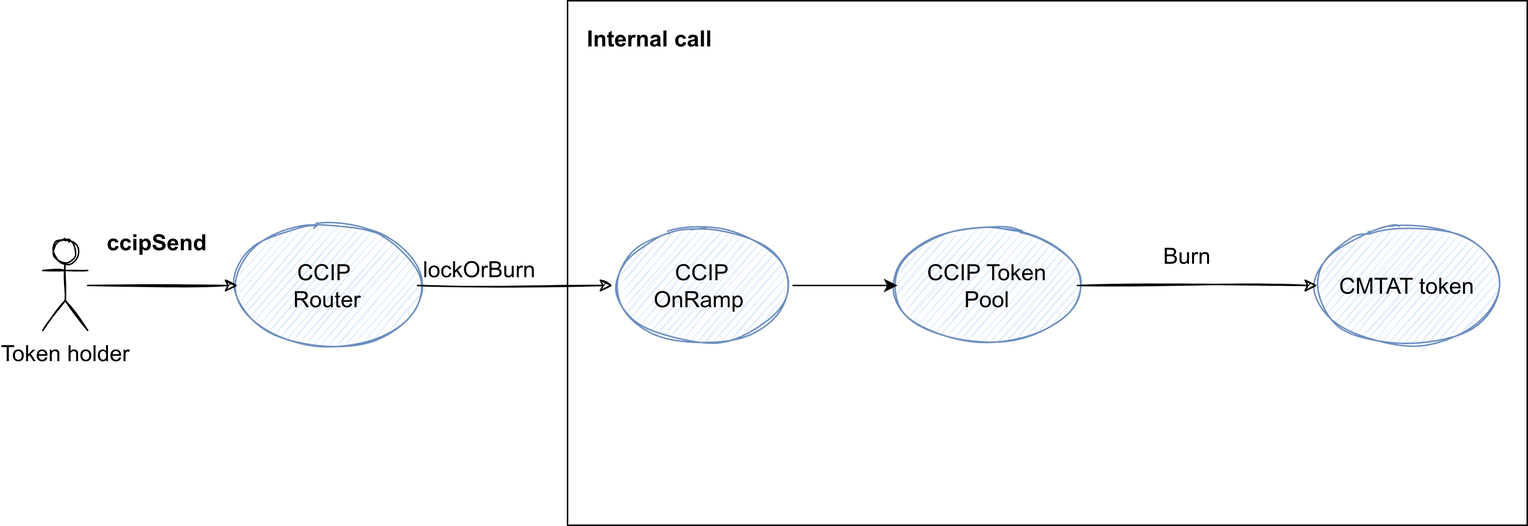
rya-sge/CMTAT-CCIP keeps this draw.io diagram as doc/ccip-transfer.drawio.png. Above is the earlier version. Source tidied: cells renumbered, new cells last; positions are measured from the earlier drawing's top-left corner, leaving out a move shared by most shapes. The source it was exported from:
```xml
<mxGraphModel>
  <root>
    <mxCell id="0" />
    <mxCell id="1" parent="0" />
    <mxCell id="2" style="rounded=0;whiteSpace=wrap;html=1;fontSize=15;sketch=1;" parent="1" vertex="1">
      <mxGeometry x="350" width="640" height="350" as="geometry" />
    </mxCell>
    <mxCell id="3" value="CCIP&amp;nbsp;&lt;br style=&quot;font-size: 15px;&quot;&gt;Router" style="ellipse;whiteSpace=wrap;html=1;fontSize=15;sketch=1;fillColor=#dae8fc;strokeColor=#6c8ebf;" parent="1" vertex="1">
      <mxGeometry x="130" y="150" width="120" height="80" as="geometry" />
    </mxCell>
    <mxCell id="4" value="Token holder" style="shape=umlActor;verticalLabelPosition=bottom;verticalAlign=top;html=1;outlineConnect=0;fontSize=15;sketch=1;" parent="1" vertex="1">
      <mxGeometry y="160" width="30" height="60" as="geometry" />
    </mxCell>
    <mxCell id="5" style="endArrow=classic;html=1;rounded=0;fontSize=15;sketch=1;" parent="1" edge="1" source="4" target="3">
      <mxGeometry relative="1" as="geometry" />
    </mxCell>
    <mxCell id="6" value="ccipSend" style="edgeLabel;html=1;align=center;verticalAlign=middle;fontStyle=1;fontSize=15;sketch=1;" parent="5" vertex="1">
      <mxGeometry x="0.44" y="3" relative="1" as="geometry">
        <mxPoint x="-27" y="-27" as="offset" />
      </mxGeometry>
    </mxCell>
    <mxCell id="7" style="endArrow=classic;html=1;rounded=0;fontSize=15;sketch=1;" parent="1" edge="1" source="3" target="13">
      <mxGeometry relative="1" as="geometry" />
    </mxCell>
    <mxCell id="8" value="lockOrBurn" style="edgeLabel;html=1;align=center;verticalAlign=middle;fontSize=15;sketch=1;" parent="7" vertex="1">
      <mxGeometry x="-0.38" y="-1" relative="1" as="geometry">
        <mxPoint y="-13" as="offset" />
      </mxGeometry>
    </mxCell>
    <mxCell id="9" value="CCIP Token&lt;br style=&quot;font-size: 15px;&quot;&gt;Pool" style="ellipse;whiteSpace=wrap;html=1;fontSize=15;sketch=1;fillColor=#dae8fc;strokeColor=#6c8ebf;" parent="1" vertex="1">
      <mxGeometry x="570" y="150" width="120" height="80" as="geometry" />
    </mxCell>
    <mxCell id="10" value="Internal call" style="text;html=1;strokeColor=none;fillColor=none;align=center;verticalAlign=middle;whiteSpace=wrap;rounded=0;fontStyle=1;fontSize=15;sketch=1;" parent="1" vertex="1">
      <mxGeometry x="360" y="10" width="90" height="30" as="geometry" />
    </mxCell>
    <mxCell id="11" value="CMTAT token" style="ellipse;whiteSpace=wrap;html=1;fontSize=15;sketch=1;fillColor=#dae8fc;strokeColor=#6c8ebf;" parent="1" vertex="1">
      <mxGeometry x="850" y="150" width="120" height="80" as="geometry" />
    </mxCell>
    <mxCell id="12" value="Burn" style="endArrow=classic;html=1;rounded=0;exitX=1;exitY=0.5;exitDx=0;exitDy=0;fontSize=15;sketch=1;" parent="1" edge="1" source="9" target="11">
      <mxGeometry x="-0.09" y="20" relative="1" as="geometry" />
    </mxCell>
    <mxCell id="13" value="CCIP&lt;br&gt;OnRamp&amp;nbsp;" style="ellipse;whiteSpace=wrap;html=1;fontSize=15;sketch=1;fillColor=#dae8fc;strokeColor=#6c8ebf;" parent="1" vertex="1">
      <mxGeometry x="380" y="150" width="120" height="80" as="geometry" />
    </mxCell>
    <mxCell id="14" style="endArrow=classic;html=1;rounded=0;exitX=1;exitY=0.5;exitDx=0;exitDy=0;entryX=0;entryY=0.5;entryDx=0;entryDy=0;" parent="1" edge="1" source="13" target="9">
      <mxGeometry relative="1" as="geometry" />
    </mxCell>
  </root>
</mxGraphModel>
```
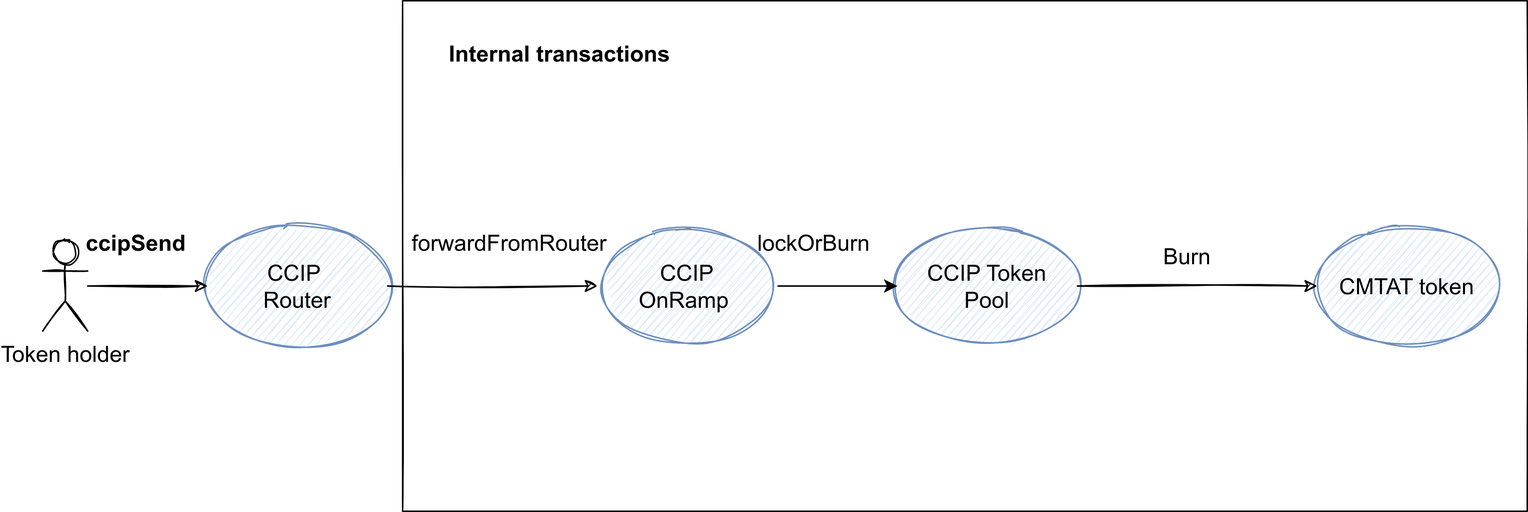
After the commit.

Commit message:
update schema and gitignore

What changed in the source:
```diff
@@ -3,10 +3,10 @@
     <mxCell id="0" />
     <mxCell id="1" parent="0" />
     <mxCell id="2" style="rounded=0;whiteSpace=wrap;html=1;fontSize=15;sketch=1;" parent="1" vertex="1">
-      <mxGeometry x="350" width="640" height="350" as="geometry" />
+      <mxGeometry x="240" width="750" height="340" as="geometry" />
     </mxCell>
     <mxCell id="3" value="CCIP&amp;nbsp;&lt;br style=&quot;font-size: 15px;&quot;&gt;Router" style="ellipse;whiteSpace=wrap;html=1;fontSize=15;sketch=1;fillColor=#dae8fc;strokeColor=#6c8ebf;" parent="1" vertex="1">
-      <mxGeometry x="130" y="150" width="120" height="80" as="geometry" />
+      <mxGeometry x="110" y="150" width="120" height="80" as="geometry" />
     </mxCell>
     <mxCell id="4" value="Token holder" style="shape=umlActor;verticalLabelPosition=bottom;verticalAlign=top;html=1;outlineConnect=0;fontSize=15;sketch=1;" parent="1" vertex="1">
       <mxGeometry y="160" width="30" height="60" as="geometry" />
@@ -19,31 +19,36 @@
         <mxPoint x="-27" y="-27" as="offset" />
       </mxGeometry>
     </mxCell>
-    <mxCell id="7" style="endArrow=classic;html=1;rounded=0;fontSize=15;sketch=1;" parent="1" edge="1" source="3" target="13">
+    <mxCell id="7" style="endArrow=classic;html=1;rounded=0;fontSize=15;sketch=1;" parent="1" edge="1" source="3" target="14">
       <mxGeometry relative="1" as="geometry" />
     </mxCell>
     <mxCell id="8" value="lockOrBurn" style="edgeLabel;html=1;align=center;verticalAlign=middle;fontSize=15;sketch=1;" parent="7" vertex="1">
       <mxGeometry x="-0.38" y="-1" relative="1" as="geometry">
-        <mxPoint y="-13" as="offset" />
+        <mxPoint x="240" y="-31" as="offset" />
       </mxGeometry>
     </mxCell>
-    <mxCell id="9" value="CCIP Token&lt;br style=&quot;font-size: 15px;&quot;&gt;Pool" style="ellipse;whiteSpace=wrap;html=1;fontSize=15;sketch=1;fillColor=#dae8fc;strokeColor=#6c8ebf;" parent="1" vertex="1">
-      <mxGeometry x="570" y="150" width="120" height="80" as="geometry" />
+    <mxCell id="9" value="forwardFromRouter" style="edgeLabel;html=1;align=center;verticalAlign=middle;points=[];fontSize=15;" parent="7" vertex="1">
+      <mxGeometry x="-0.17" y="-4" relative="1" as="geometry">
+        <mxPoint x="22" y="-34" as="offset" />
+      </mxGeometry>
     </mxCell>
-    <mxCell id="10" value="Internal call" style="text;html=1;strokeColor=none;fillColor=none;align=center;verticalAlign=middle;whiteSpace=wrap;rounded=0;fontStyle=1;fontSize=15;sketch=1;" parent="1" vertex="1">
-      <mxGeometry x="360" y="10" width="90" height="30" as="geometry" />
+    <mxCell id="10" value="CCIP Token&lt;br style=&quot;font-size: 15px;&quot;&gt;Pool" style="ellipse;whiteSpace=wrap;html=1;fontSize=15;sketch=1;fillColor=#dae8fc;strokeColor=#6c8ebf;" parent="1" vertex="1">
+      <mxGeometry x="570" y="150" width="120" height="80" as="geometry" />
     </mxCell>
-    <mxCell id="11" value="CMTAT token" style="ellipse;whiteSpace=wrap;html=1;fontSize=15;sketch=1;fillColor=#dae8fc;strokeColor=#6c8ebf;" parent="1" vertex="1">
-      <mxGeometry x="850" y="150" width="120" height="80" as="geometry" />
+    <mxCell id="11" value="Internal transactions" style="text;html=1;strokeColor=none;fillColor=none;align=center;verticalAlign=middle;whiteSpace=wrap;rounded=0;fontStyle=1;fontSize=15;sketch=1;" parent="1" vertex="1">
+      <mxGeometry x="260" y="20" width="170" height="30" as="geometry" />
     </mxCell>
-    <mxCell id="12" value="Burn" style="endArrow=classic;html=1;rounded=0;exitX=1;exitY=0.5;exitDx=0;exitDy=0;fontSize=15;sketch=1;" parent="1" edge="1" source="9" target="11">
-      <mxGeometry x="-0.09" y="20" relative="1" as="geometry" />
+    <mxCell id="12" value="CMTAT token" style="ellipse;whiteSpace=wrap;html=1;fontSize=15;sketch=1;fillColor=#dae8fc;strokeColor=#6c8ebf;" parent="1" vertex="1">
+      <mxGeometry x="850" y="150" width="120" height="80" as="geometry" />
     </mxCell>
-    <mxCell id="13" value="CCIP&lt;br&gt;OnRamp&amp;nbsp;" style="ellipse;whiteSpace=wrap;html=1;fontSize=15;sketch=1;fillColor=#dae8fc;strokeColor=#6c8ebf;" parent="1" vertex="1">
-      <mxGeometry x="380" y="150" width="120" height="80" as="geometry" />
+    <mxCell id="13" value="Burn" style="endArrow=classic;html=1;rounded=0;exitX=1;exitY=0.5;exitDx=0;exitDy=0;fontSize=15;sketch=1;" parent="1" edge="1" source="10" target="12">
+      <mxGeometry x="-0.09" y="20" relative="1" as="geometry" />
     </mxCell>
-    <mxCell id="14" style="endArrow=classic;html=1;rounded=0;exitX=1;exitY=0.5;exitDx=0;exitDy=0;entryX=0;entryY=0.5;entryDx=0;entryDy=0;" parent="1" edge="1" source="13" target="9">
-      <mxGeometry relative="1" as="geometry" />
+    <mxCell id="14" value="CCIP&lt;br&gt;OnRamp&amp;nbsp;" style="ellipse;whiteSpace=wrap;html=1;fontSize=15;sketch=1;fillColor=#dae8fc;strokeColor=#6c8ebf;" parent="1" vertex="1">
+      <mxGeometry x="370" y="150" width="120" height="80" as="geometry" />
     </mxCell>
+    <mxCell id="15" style="endArrow=classic;html=1;rounded=0;exitX=1;exitY=0.5;exitDx=0;exitDy=0;entryX=0;entryY=0.5;entryDx=0;entryDy=0;" parent="1" edge="1" source="14" target="10">
+      <mxGeometry relative="1" as="geometry" />
+    </mxCell>
   </root>
 </mxGraphModel>
```
